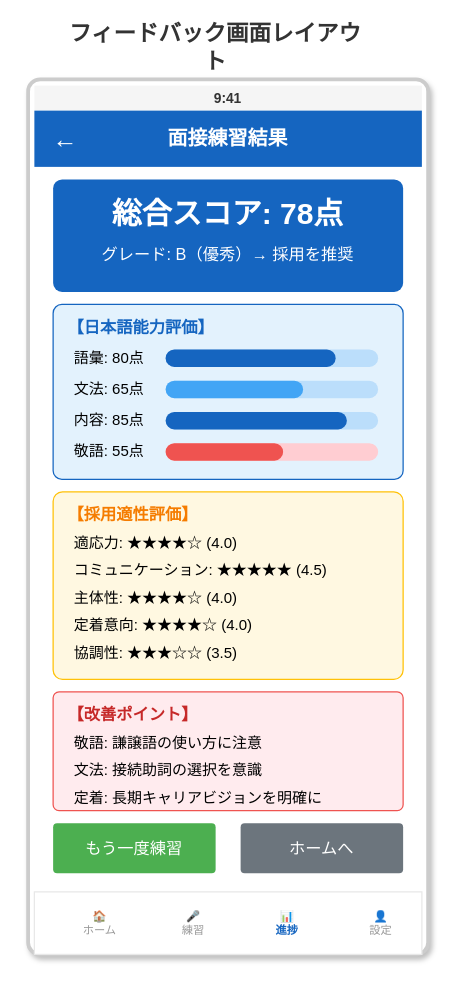
Earlier version of the draw.io diagram docs/images/評価_フィードバック画面レイアウト.drawio (yoshidasendai115/ai-interview). Source tidied: cells renumbered, new cells numbered last; positions are measured from the earlier drawing's top-left corner, leaving out a move shared by most shapes. Both pictures are drawn from the tidied source at 125%, with x=0, y=0 at pixel (28, 29).
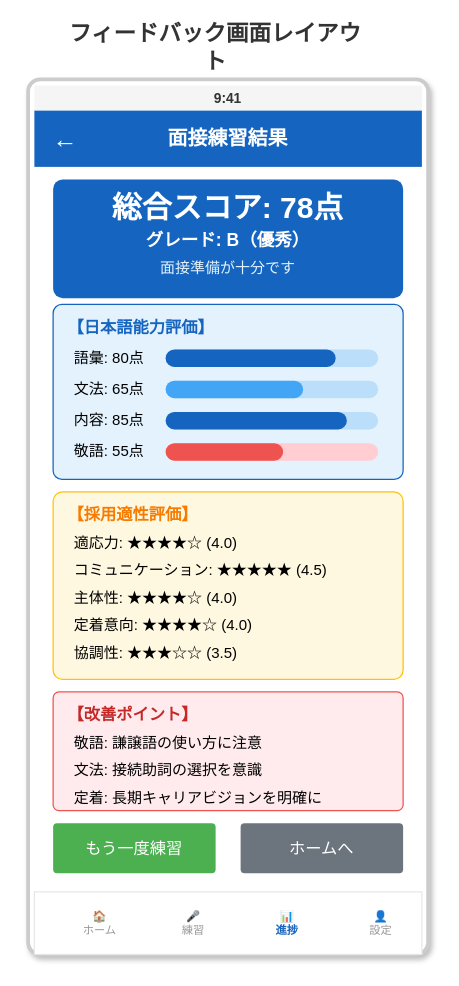
The same page after the edit.

What changed in the source:
```diff
@@
     <mxCell id="9" style="rounded=1;whiteSpace=wrap;html=1;fillColor=#1565C0;strokeColor=none;arcSize=8;" parent="1" vertex="1">
-      <mxGeometry x="20" y="120" width="280" height="90" as="geometry" />
+      <mxGeometry x="20" y="120" width="280" height="95" as="geometry" />
     </mxCell>
     <mxCell id="10" value="総合スコア: 78点" style="text;html=1;strokeColor=none;fillColor=none;align=center;verticalAlign=middle;whiteSpace=wrap;rounded=0;fontColor=#FFFFFF;fontSize=24;fontStyle=1;" parent="1" vertex="1">
-      <mxGeometry x="20" y="130" width="280" height="35" as="geometry" />
+      <mxGeometry x="20" y="128" width="280" height="30" as="geometry" />
     </mxCell>
-    <mxCell id="11" value="グレード: B（優秀）→ 採用を推奨" style="text;html=1;strokeColor=none;fillColor=none;align=center;verticalAlign=middle;whiteSpace=wrap;rounded=0;fontColor=#FFFFFF;fontSize=13;" parent="1" vertex="1">
-      <mxGeometry x="20" y="165" width="280" height="30" as="geometry" />
+    <mxCell id="11" value="グレード: B（優秀）" style="text;html=1;strokeColor=none;fillColor=none;align=center;verticalAlign=middle;whiteSpace=wrap;rounded=0;fontColor=#FFFFFF;fontSize=14;fontStyle=1;" parent="1" vertex="1">
+      <mxGeometry x="20" y="158" width="280" height="22" as="geometry" />
     </mxCell>
+    <mxCell id="45" value="面接準備が十分です" style="text;html=1;strokeColor=none;fillColor=none;align=center;verticalAlign=middle;whiteSpace=wrap;rounded=0;fontColor=#E3F2FD;fontSize=12;" parent="1" vertex="1">
+      <mxGeometry x="20" y="180" width="280" height="22" as="geometry" />
+    </mxCell>
```
